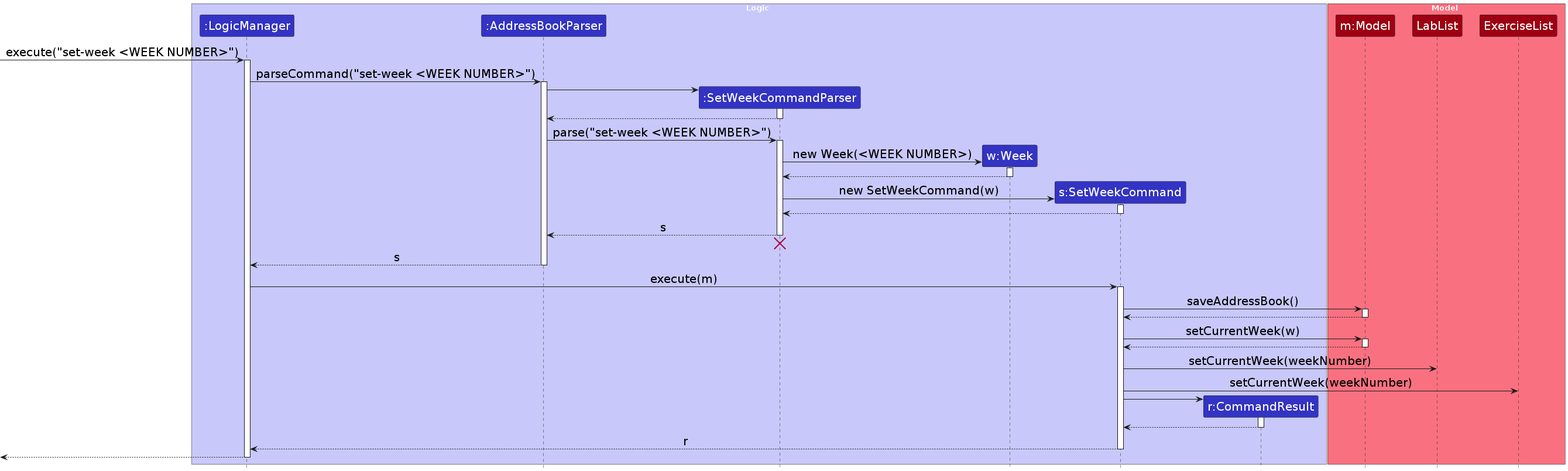
Above: diagrams/set-week/SetWeekSequenceDiagram.png in AY2526S1-CS2103T-T09-3/tp (PlantUML), before the change. Its source is kept beside it as diagrams/set-week/SetWeekSequenceDiagram.puml.
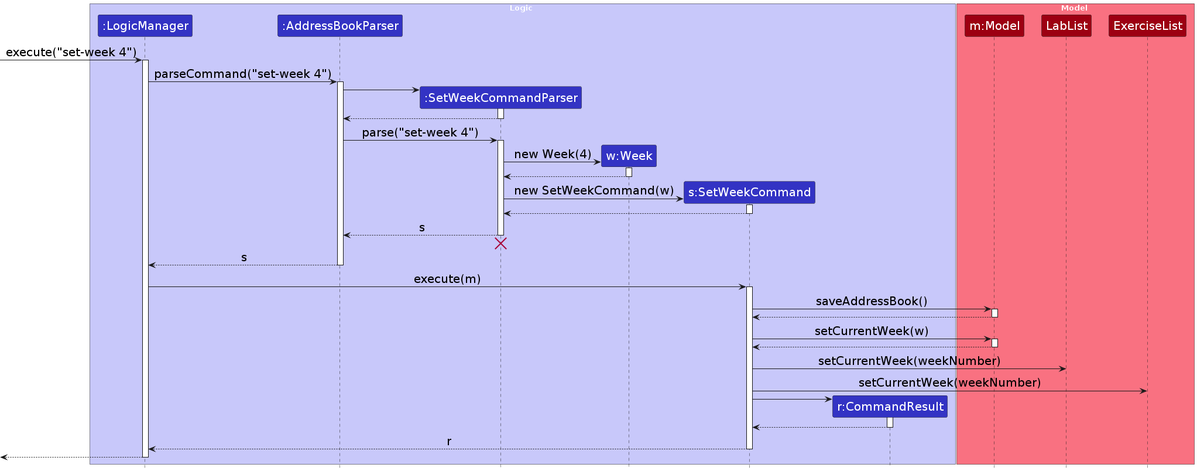
The same file after the commit.

Change to the diagram source:
```diff
@@ -19,10 +19,10 @@
   participant "ExerciseList" as ExerciseList MODEL_COLOR
 end box
 
-[-> LogicManager : execute("set-week <WEEK NUMBER>")
+[-> LogicManager : execute("set-week 4")
 activate LogicManager
 
-LogicManager -> AddressBookParser : parseCommand("set-week <WEEK NUMBER>")
+LogicManager -> AddressBookParser : parseCommand("set-week 4")
 activate AddressBookParser
 
 create SetWeekCommandParser
@@ -32,11 +32,11 @@
 SetWeekCommandParser --> AddressBookParser
 deactivate SetWeekCommandParser
 
-AddressBookParser -> SetWeekCommandParser : parse("set-week <WEEK NUMBER>")
+AddressBookParser -> SetWeekCommandParser : parse("set-week 4")
 activate SetWeekCommandParser
 
 create Week
-SetWeekCommandParser -> Week : new Week(<WEEK NUMBER>)
+SetWeekCommandParser -> Week : new Week(4)
 activate Week
 
 Week --> SetWeekCommandParser
```
